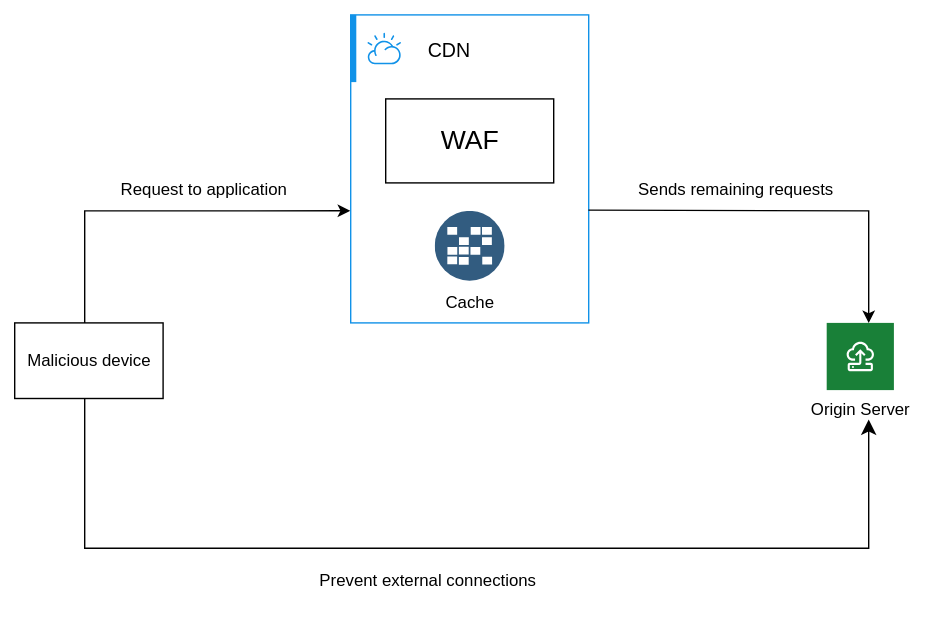
Earlier version of the draw.io export images/ddos0overview.svg (ibm-cloud-docs/cis). Source tidied: cells renumbered, new cells last; positions are measured from the earlier drawing's top-left corner, leaving out a move shared by most shapes.
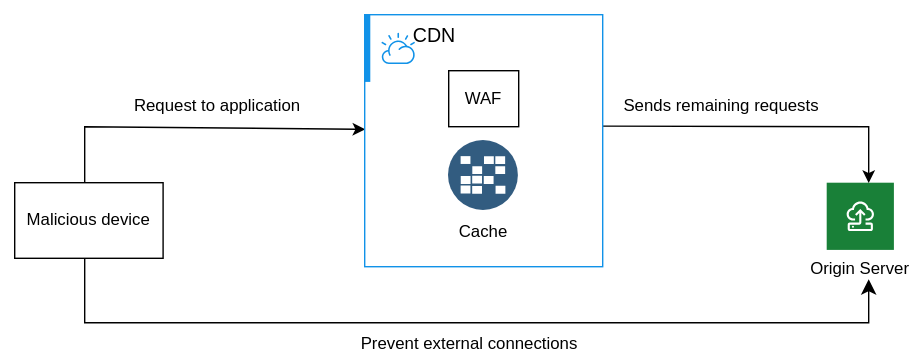
After the commit.

The edit, as a diff of the source:
```diff
@@ -2,82 +2,85 @@
   <root>
     <mxCell id="0" />
     <mxCell id="1" parent="0" />
-    <mxCell id="2" style="rounded=0;whiteSpace=wrap;html=1;fillColor=default;strokeColor=none;" parent="1" vertex="1">
-      <mxGeometry width="670" height="453.5" as="geometry" />
-    </mxCell>
+    <mxCell id="21" style="rounded=0;whiteSpace=wrap;html=1;fillColor=default;strokeColor=none;" parent="1" vertex="1">
+      <mxGeometry x="250" y="710" width="660" height="260" as="geometry" />
+    </mxCell>
     <mxCell id="3" value="Origin Server&#10;" style="shape=rect;fillColor=#198038;labelPosition=center;verticalLabelPosition=bottom;align=center;verticalAlign=top;strokeColor=none;fontSize=12;" parent="1" vertex="1">
-      <mxGeometry x="590" y="230" width="48" height="48" as="geometry" />
+      <mxGeometry x="840" y="840" width="48" height="48" as="geometry" />
     </mxCell>
-    <mxCell id="4" style="fillColor=#ffffff;strokeColor=none;dashed=0;html=1;labelPosition=center;verticalLabelPosition=bottom;verticalAlign=top;shape=mxgraph.ibm_cloud.ibm-cloud--virtual-server-classic;" parent="3" vertex="1">
-      <mxGeometry width="24" height="24" relative="1" as="geometry">
-        <mxPoint x="12" y="12" as="offset" />
-      </mxGeometry>
-    </mxCell>
-    <mxCell id="5" style="rounded=0;whiteSpace=wrap;html=1;" parent="1" vertex="1">
-      <mxGeometry x="10" y="230" width="106" height="54" as="geometry" />
-    </mxCell>
+    <mxCell id="22" style="fillColor=#ffffff;strokeColor=none;dashed=0;html=1;labelPosition=center;verticalLabelPosition=bottom;verticalAlign=top;shape=mxgraph.ibm_cloud.ibm-cloud--virtual-server-classic;" parent="3" vertex="1">
+      <mxGeometry width="24" height="24" relative="1" as="geometry">
+        <mxPoint x="12" y="12" as="offset" />
+      </mxGeometry>
+    </mxCell>
+    <mxCell id="23" style="rounded=0;whiteSpace=wrap;html=1;" parent="1" vertex="1">
+      <mxGeometry x="260" y="840" width="106" height="54" as="geometry" />
+    </mxCell>
     <mxCell id="6" value="Malicious device" style="text;html=1;align=center;verticalAlign=middle;whiteSpace=wrap;rounded=0;" parent="1" vertex="1">
-      <mxGeometry x="13" y="244.8" width="100" height="24.5" as="geometry" />
+      <mxGeometry x="263" y="854.8" width="100" height="24.5" as="geometry" />
     </mxCell>
-    <mxCell id="7" style="html=1;whiteSpace=wrap;strokeColor=#1192E8;fillColor=none;strokeWidth=1;" parent="1" vertex="1">
-      <mxGeometry x="250" y="10" width="170" height="220" as="geometry" />
-    </mxCell>
-    <mxCell id="8" value="CDN" style="shape=rect;fillColor=none;labelPosition=right;verticalLabelPosition=middle;align=left;verticalAlign=middle;strokeColor=none;spacingLeft=5;fontSize=14;" parent="7" vertex="1">
-      <mxGeometry width="48" height="48" relative="1" as="geometry" />
-    </mxCell>
-    <mxCell id="9" style="fillColor=#1192E8;shape=mxgraph.ibm_cloud.ibm-cloud;strokeColor=none;dashed=0;html=1;labelPosition=center;verticalLabelPosition=bottom;verticalAlign=top;" parent="8" vertex="1">
-      <mxGeometry width="24" height="24" relative="1" as="geometry">
-        <mxPoint x="12" y="12" as="offset" />
-      </mxGeometry>
-    </mxCell>
-    <mxCell id="10" style="shape=rect;fillColor=#1192E8;labelPosition=right;verticalLabelPosition=middle;align=left;verticalAlign=middle;strokeColor=none;spacingLeft=5;fontSize=14;" parent="7" vertex="1">
-      <mxGeometry width="4" height="48" relative="1" as="geometry" />
-    </mxCell>
-    <mxCell id="11" style="image;perimeter=ellipsePerimeter;html=1;align=center;shadow=0;dashed=0;fontColor=#4277BB;labelBackgroundColor=default;fontSize=12;spacingTop=3;image=img/lib/ibm/data/caches.svg;" parent="7" vertex="1">
-      <mxGeometry x="60" y="140" width="50" height="50" as="geometry" />
-    </mxCell>
-    <mxCell id="12" value="Cache" style="text;html=1;align=center;verticalAlign=middle;whiteSpace=wrap;rounded=0;" parent="7" vertex="1">
-      <mxGeometry x="55" y="190" width="60" height="30" as="geometry" />
-    </mxCell>
-    <mxCell id="13" style="rounded=0;whiteSpace=wrap;html=1;" parent="7" vertex="1">
-      <mxGeometry x="25" y="60" width="120" height="60" as="geometry" />
-    </mxCell>
-    <mxCell id="14" value="&lt;font style=&quot;font-size: 19px;&quot;&gt;WAF&lt;/font&gt;" style="text;html=1;align=center;verticalAlign=middle;whiteSpace=wrap;rounded=0;" parent="7" vertex="1">
-      <mxGeometry x="35" y="50" width="100" height="80" as="geometry" />
-    </mxCell>
-    <mxCell id="15" style="html=1;labelBackgroundColor=#ffffff;endArrow=classic;endFill=1;endSize=6;jettySize=auto;strokeWidth=1;fontSize=14;rounded=0;entryX=-0.002;entryY=0.636;entryDx=0;entryDy=0;entryPerimeter=0;" parent="1" edge="1" target="7">
-      <mxGeometry relative="1" as="geometry">
-        <mxPoint x="60" y="230" as="sourcePoint" />
-        <Array as="points">
-          <mxPoint x="60" y="150" />
-        </Array>
-      </mxGeometry>
-    </mxCell>
-    <mxCell id="16" style="endArrow=classic;html=1;rounded=0;entryX=0.625;entryY=0.003;entryDx=0;entryDy=0;exitX=0.999;exitY=0.634;exitDx=0;exitDy=0;exitPerimeter=0;entryPerimeter=0;" parent="1" edge="1" source="7" target="3">
-      <mxGeometry relative="1" as="geometry">
-        <Array as="points">
-          <mxPoint x="620" y="150" />
-        </Array>
-      </mxGeometry>
-    </mxCell>
+    <mxCell id="24" style="html=1;labelBackgroundColor=#ffffff;endArrow=classic;endFill=1;endSize=6;jettySize=auto;strokeWidth=1;fontSize=14;rounded=0;entryX=0.002;entryY=0.455;entryDx=0;entryDy=0;entryPerimeter=0;" parent="1" edge="1" target="27">
+      <mxGeometry relative="1" as="geometry">
+        <mxPoint x="310" y="840" as="sourcePoint" />
+        <Array as="points">
+          <mxPoint x="310" y="800" />
+        </Array>
+      </mxGeometry>
+    </mxCell>
+    <mxCell id="25" style="endArrow=classic;html=1;rounded=0;entryX=0.625;entryY=0.003;entryDx=0;entryDy=0;exitX=1.001;exitY=0.442;exitDx=0;exitDy=0;exitPerimeter=0;entryPerimeter=0;" parent="1" edge="1" source="27" target="3">
+      <mxGeometry relative="1" as="geometry">
+        <Array as="points">
+          <mxPoint x="870" y="800" />
+        </Array>
+      </mxGeometry>
+    </mxCell>
     <mxCell id="17" value="Request to application" style="text;html=1;align=center;verticalAlign=middle;whiteSpace=wrap;rounded=0;" parent="1" vertex="1">
-      <mxGeometry x="70" y="120" width="150" height="30" as="geometry" />
+      <mxGeometry x="330" y="770" width="150" height="30" as="geometry" />
     </mxCell>
     <mxCell id="18" value="Sends remaining requests" style="text;html=1;align=center;verticalAlign=middle;whiteSpace=wrap;rounded=0;" parent="1" vertex="1">
-      <mxGeometry x="450" y="120" width="150" height="30" as="geometry" />
+      <mxGeometry x="690" y="770" width="150" height="30" as="geometry" />
     </mxCell>
-    <mxCell id="19" style="edgeStyle=segmentEdgeStyle;endArrow=classic;html=1;curved=0;rounded=0;endSize=8;startSize=8;" parent="1" edge="1">
-      <mxGeometry relative="1" as="geometry">
-        <mxPoint x="60" y="284" as="sourcePoint" />
-        <mxPoint x="620" y="299" as="targetPoint" />
-        <Array as="points">
-          <mxPoint x="60" y="391" />
-          <mxPoint x="620" y="391" />
-        </Array>
-      </mxGeometry>
-    </mxCell>
+    <mxCell id="26" style="edgeStyle=segmentEdgeStyle;endArrow=classic;html=1;curved=0;rounded=0;endSize=8;startSize=8;" parent="1" edge="1">
+      <mxGeometry relative="1" as="geometry">
+        <mxPoint x="310" y="894" as="sourcePoint" />
+        <mxPoint x="870" y="909" as="targetPoint" />
+        <Array as="points">
+          <mxPoint x="310" y="940" />
+          <mxPoint x="870" y="940" />
+        </Array>
+      </mxGeometry>
+    </mxCell>
     <mxCell id="20" value="Prevent external connections" style="text;html=1;align=center;verticalAlign=middle;whiteSpace=wrap;rounded=0;" parent="1" vertex="1">
-      <mxGeometry x="160" y="399" width="290" height="30" as="geometry" />
+      <mxGeometry x="440" y="940" width="290" height="30" as="geometry" />
     </mxCell>
+    <mxCell id="27" style="html=1;whiteSpace=wrap;strokeColor=#1192E8;fillColor=none;strokeWidth=1;" parent="1" vertex="1">
+      <mxGeometry x="510" y="720" width="170" height="180" as="geometry" />
+    </mxCell>
+    <mxCell id="28" style="shape=rect;fillColor=none;labelPosition=right;verticalLabelPosition=middle;align=left;verticalAlign=middle;strokeColor=none;spacingLeft=5;fontSize=14;" parent="27" vertex="1">
+      <mxGeometry width="48" height="48" relative="1" as="geometry" />
+    </mxCell>
+    <mxCell id="29" style="fillColor=#1192E8;shape=mxgraph.ibm_cloud.ibm-cloud;strokeColor=none;dashed=0;html=1;labelPosition=center;verticalLabelPosition=bottom;verticalAlign=top;" parent="28" vertex="1">
+      <mxGeometry width="24" height="24" relative="1" as="geometry">
+        <mxPoint x="12" y="12" as="offset" />
+      </mxGeometry>
+    </mxCell>
+    <mxCell id="30" style="shape=rect;fillColor=#1192E8;labelPosition=right;verticalLabelPosition=middle;align=left;verticalAlign=middle;strokeColor=none;spacingLeft=5;fontSize=14;" parent="27" vertex="1">
+      <mxGeometry width="4" height="48" relative="1" as="geometry" />
+    </mxCell>
+    <mxCell id="31" style="image;perimeter=ellipsePerimeter;html=1;align=center;shadow=0;dashed=0;fontColor=#4277BB;labelBackgroundColor=default;fontSize=12;spacingTop=3;image=img/lib/ibm/data/caches.svg;" parent="27" vertex="1">
+      <mxGeometry x="60" y="90" width="50" height="50" as="geometry" />
+    </mxCell>
+    <mxCell id="12" value="Cache" style="text;html=1;align=center;verticalAlign=middle;whiteSpace=wrap;rounded=0;" parent="27" vertex="1">
+      <mxGeometry x="55" y="140" width="60" height="30" as="geometry" />
+    </mxCell>
+    <mxCell id="32" style="rounded=0;whiteSpace=wrap;html=1;" parent="27" vertex="1">
+      <mxGeometry x="60" y="40" width="50" height="40" as="geometry" />
+    </mxCell>
+    <mxCell id="14" value="&lt;font&gt;WAF&lt;/font&gt;" style="text;html=1;align=center;verticalAlign=middle;whiteSpace=wrap;rounded=0;" parent="27" vertex="1">
+      <mxGeometry x="35" y="40" width="100" height="40" as="geometry" />
+    </mxCell>
+    <mxCell id="8" value="&lt;font style=&quot;font-size: 14px;&quot;&gt;CDN&lt;/font&gt;" style="text;html=1;whiteSpace=wrap;strokeColor=none;fillColor=none;align=center;verticalAlign=middle;rounded=0;" parent="27" vertex="1">
+      <mxGeometry x="20" width="60" height="30" as="geometry" />
+    </mxCell>
   </root>
 </mxGraphModel>
```
